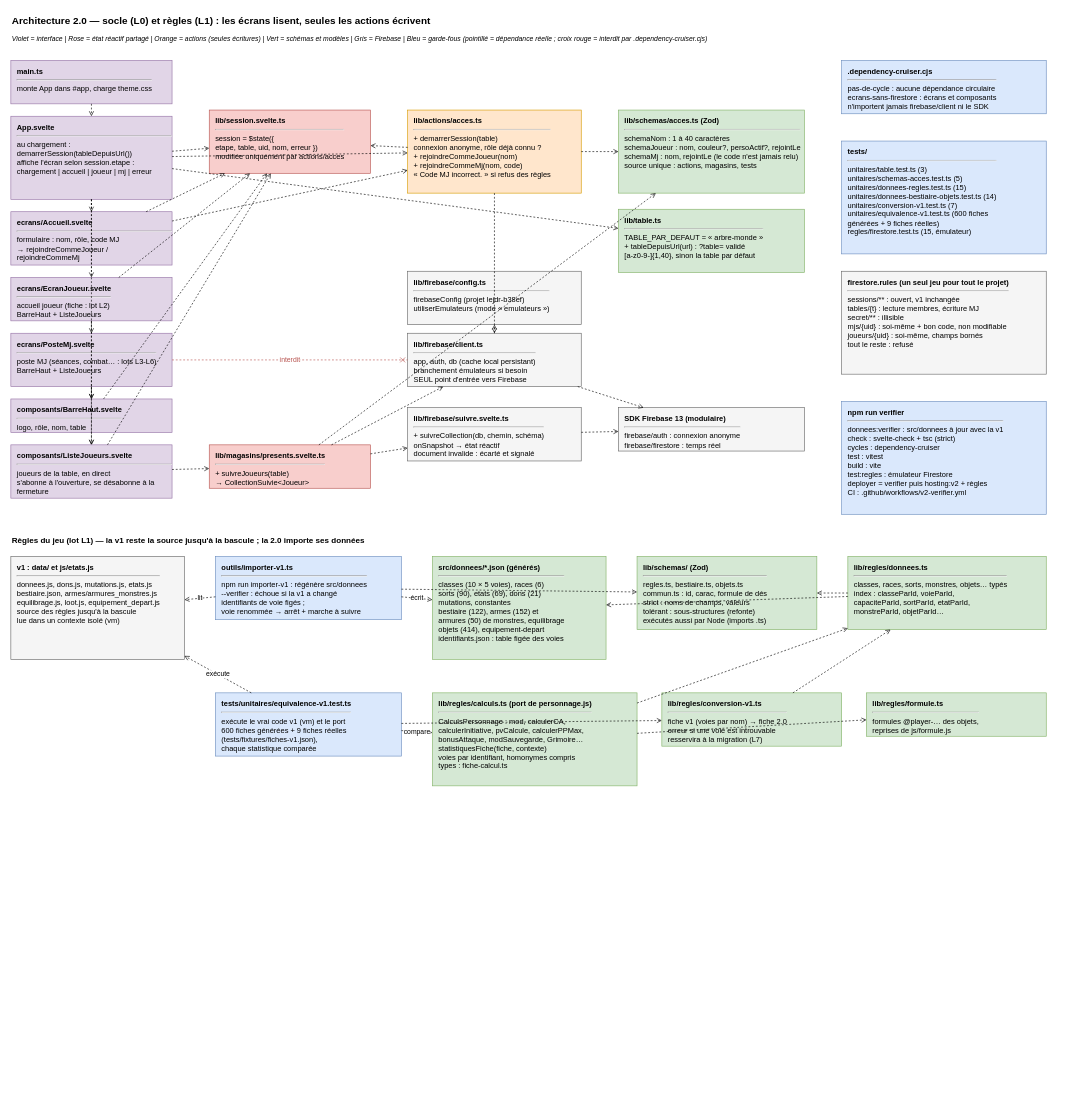
Before: page "Architecture 2.0 - modules du socle" (1 of 2) of docs/architecture-v2.drawio in bazfar/cof-compagno, a draw.io diagram. Source tidied: cells renumbered, new cells numbered last; positions are measured from the earlier drawing's top-left corner, leaving out a move shared by most shapes. Both pictures are drawn from the tidied source at 62%, with x=0, y=0 at pixel (11, 11).
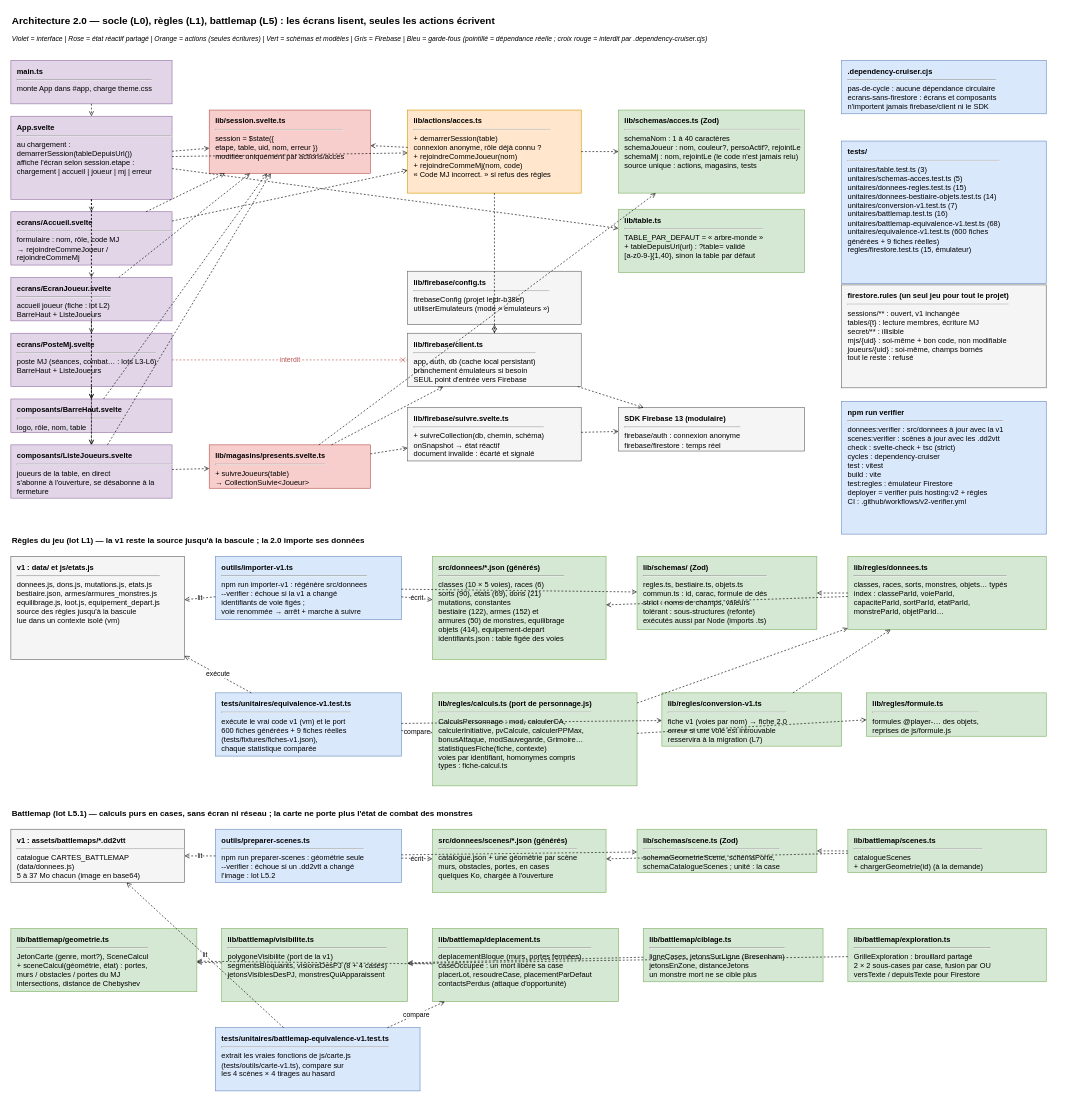
The same page after the edit.

The edit, as a diff of the source:
```diff
@@
-    <mxCell id="2" value="Architecture 2.0 — socle (L0) et règles (L1) : les écrans lisent, seules les actions écrivent" style="text;html=1;align=left;fontSize=16;fontStyle=1;" parent="1" vertex="1">
+    <mxCell id="2" value="Architecture 2.0 — socle (L0), règles (L1), battlemap (L5) : les écrans lisent, seules les actions écrivent" style="text;html=1;align=left;fontSize=16;fontStyle=1;" parent="1" vertex="1">
       <mxGeometry width="1500" height="28" as="geometry" />
     </mxCell>
@@
     <mxCell id="20" value="&lt;b&gt;firestore.rules  (un seul jeu pour tout le projet)&lt;/b&gt;&lt;hr&gt;sessions/** : ouvert, v1 inchangée&lt;br&gt;tables/{t} : lecture membres, écriture MJ&lt;br&gt;secret/** : illisible&lt;br&gt;mjs/{uid} : soi-même + bon code, non modifiable&lt;br&gt;joueurs/{uid} : soi-même, champs bornés&lt;br&gt;tout le reste : refusé" style="rounded=0;whiteSpace=wrap;html=1;align=left;verticalAlign=top;spacingLeft=8;spacingTop=4;fillColor=#f5f5f5;strokeColor=#666666;" parent="1" vertex="1">
-      <mxGeometry x="1340" y="420" width="330" height="166" as="geometry" />
+      <mxGeometry x="1340" y="442" width="330" height="166" as="geometry" />
     </mxCell>
@@
-    <mxCell id="22" value="&lt;b&gt;tests/&lt;/b&gt;&lt;hr&gt;unitaires/table.test.ts (3)&lt;br&gt;unitaires/schemas-acces.test.ts (5)&lt;br&gt;unitaires/donnees-regles.test.ts (15)&lt;br&gt;unitaires/donnees-bestiaire-objets.test.ts (14)&lt;br&gt;unitaires/conversion-v1.test.ts (7)&lt;br&gt;unitaires/equivalence-v1.test.ts (600 fiches&lt;br&gt;  générées + 9 fiches réelles)&lt;br&gt;regles/firestore.test.ts (15, émulateur)" style="rounded=0;whiteSpace=wrap;html=1;align=left;verticalAlign=top;spacingLeft=8;spacingTop=4;fillColor=#dae8fc;strokeColor=#6c8ebf;" parent="1" vertex="1">
-      <mxGeometry x="1340" y="210" width="330" height="182" as="geometry" />
+    <mxCell id="22" value="&lt;b&gt;tests/&lt;/b&gt;&lt;hr&gt;unitaires/table.test.ts (3)&lt;br&gt;unitaires/schemas-acces.test.ts (5)&lt;br&gt;unitaires/donnees-regles.test.ts (15)&lt;br&gt;unitaires/donnees-bestiaire-objets.test.ts (14)&lt;br&gt;unitaires/conversion-v1.test.ts (7)&lt;br&gt;unitaires/battlemap.test.ts (16)&lt;br&gt;unitaires/battlemap-equivalence-v1.test.ts (68)&lt;br&gt;unitaires/equivalence-v1.test.ts (600 fiches&lt;br&gt;  générées + 9 fiches réelles)&lt;br&gt;regles/firestore.test.ts (15, émulateur)" style="rounded=0;whiteSpace=wrap;html=1;align=left;verticalAlign=top;spacingLeft=8;spacingTop=4;fillColor=#dae8fc;strokeColor=#6c8ebf;" parent="1" vertex="1">
+      <mxGeometry x="1340" y="210" width="330" height="230" as="geometry" />
     </mxCell>
-    <mxCell id="23" value="&lt;b&gt;npm run verifier&lt;/b&gt;&lt;hr&gt;donnees:verifier : src/donnees à jour avec la v1&lt;br&gt;check : svelte-check + tsc (strict)&lt;br&gt;cycles : dependency-cruiser&lt;br&gt;test : vitest&lt;br&gt;build : vite&lt;br&gt;test:regles : émulateur Firestore&lt;br&gt;deployer = verifier puis hosting:v2 + règles&lt;br&gt;CI : .github/workflows/v2-verifier.yml" style="rounded=0;whiteSpace=wrap;html=1;align=left;verticalAlign=top;spacingLeft=8;spacingTop=4;fillColor=#dae8fc;strokeColor=#6c8ebf;" parent="1" vertex="1">
-      <mxGeometry x="1340" y="630" width="330" height="182" as="geometry" />
+    <mxCell id="23" value="&lt;b&gt;npm run verifier&lt;/b&gt;&lt;hr&gt;donnees:verifier : src/donnees à jour avec la v1&lt;br&gt;scenes:verifier : scènes à jour avec les .dd2vtt&lt;br&gt;check : svelte-check + tsc (strict)&lt;br&gt;cycles : dependency-cruiser&lt;br&gt;test : vitest&lt;br&gt;build : vite&lt;br&gt;test:regles : émulateur Firestore&lt;br&gt;deployer = verifier puis hosting:v2 + règles&lt;br&gt;CI : .github/workflows/v2-verifier.yml" style="rounded=0;whiteSpace=wrap;html=1;align=left;verticalAlign=top;spacingLeft=8;spacingTop=4;fillColor=#dae8fc;strokeColor=#6c8ebf;" parent="1" vertex="1">
+      <mxGeometry x="1340" y="630" width="330" height="214" as="geometry" />
     </mxCell>
@@
+    <mxCell id="72" value="Battlemap (lot L5.1) — calculs purs en cases, sans écran ni réseau ; la carte ne porte plus l'état de combat des monstres" style="text;html=1;align=left;fontSize=13;fontStyle=1;" parent="1" vertex="1">
+      <mxGeometry y="1280" width="1400" height="24" as="geometry" />
+    </mxCell>
+    <mxCell id="73" value="&lt;b&gt;v1 : assets/battlemaps/*.dd2vtt&lt;/b&gt;&lt;hr&gt;catalogue CARTES_BATTLEMAP (data/donnees.js)&lt;br&gt;5 à 37 Mo chacun (image en base64)" style="rounded=0;whiteSpace=wrap;html=1;align=left;verticalAlign=top;spacingLeft=8;spacingTop=4;fillColor=#f5f5f5;strokeColor=#666666;" parent="1" vertex="1">
+      <mxGeometry y="1320" width="280" height="86" as="geometry" />
+    </mxCell>
+    <mxCell id="74" value="&lt;b&gt;outils/preparer-scenes.ts&lt;/b&gt;&lt;hr&gt;npm run preparer-scenes : géométrie seule&lt;br&gt;--verifier : échoue si un .dd2vtt a changé&lt;br&gt;l'image : lot L5.2" style="rounded=0;whiteSpace=wrap;html=1;align=left;verticalAlign=top;spacingLeft=8;spacingTop=4;fillColor=#dae8fc;strokeColor=#6c8ebf;" parent="1" vertex="1">
+      <mxGeometry x="330" y="1320" width="300" height="86" as="geometry" />
+    </mxCell>
+    <mxCell id="75" value="&lt;b&gt;src/donnees/scenes/*.json  (générés)&lt;/b&gt;&lt;hr&gt;catalogue.json + une géométrie par scène&lt;br&gt;murs, obstacles, portes, en cases&lt;br&gt;quelques Ko, chargée à l'ouverture" style="rounded=0;whiteSpace=wrap;html=1;align=left;verticalAlign=top;spacingLeft=8;spacingTop=4;fillColor=#d5e8d4;strokeColor=#82b366;" parent="1" vertex="1">
+      <mxGeometry x="680" y="1320" width="280" height="102" as="geometry" />
+    </mxCell>
+    <mxCell id="76" value="&lt;b&gt;lib/schemas/scene.ts  (Zod)&lt;/b&gt;&lt;hr&gt;schemaGeometrieScene, schemaPorte,&lt;br&gt;schemaCatalogueScenes ; unité : la case" style="rounded=0;whiteSpace=wrap;html=1;align=left;verticalAlign=top;spacingLeft=8;spacingTop=4;fillColor=#d5e8d4;strokeColor=#82b366;" parent="1" vertex="1">
+      <mxGeometry x="1010" y="1320" width="290" height="70" as="geometry" />
+    </mxCell>
+    <mxCell id="77" value="&lt;b&gt;lib/battlemap/scenes.ts&lt;/b&gt;&lt;hr&gt;catalogueScenes&lt;br&gt;+ chargerGeometrie(id) (à la demande)" style="rounded=0;whiteSpace=wrap;html=1;align=left;verticalAlign=top;spacingLeft=8;spacingTop=4;fillColor=#d5e8d4;strokeColor=#82b366;" parent="1" vertex="1">
+      <mxGeometry x="1350" y="1320" width="320" height="70" as="geometry" />
+    </mxCell>
+    <mxCell id="78" value="&lt;b&gt;lib/battlemap/geometrie.ts&lt;/b&gt;&lt;hr&gt;JetonCarte (genre, mort?), SceneCalcul&lt;br&gt;+ sceneCalcul(géométrie, état) : portes,&lt;br&gt;  murs / obstacles / portes du MJ&lt;br&gt;intersections, distance de Chebyshev" style="rounded=0;whiteSpace=wrap;html=1;align=left;verticalAlign=top;spacingLeft=8;spacingTop=4;fillColor=#d5e8d4;strokeColor=#82b366;" parent="1" vertex="1">
+      <mxGeometry y="1480" width="300" height="102" as="geometry" />
+    </mxCell>
+    <mxCell id="79" value="&lt;b&gt;lib/battlemap/visibilite.ts&lt;/b&gt;&lt;hr&gt;polygoneVisibilite (port de la v1)&lt;br&gt;segmentsBloquants, visionsDesPJ (8 + 4 cases)&lt;br&gt;jetonsVisiblesDesPJ, monstresQuiApparaissent" style="rounded=0;whiteSpace=wrap;html=1;align=left;verticalAlign=top;spacingLeft=8;spacingTop=4;fillColor=#d5e8d4;strokeColor=#82b366;" parent="1" vertex="1">
+      <mxGeometry x="340" y="1480" width="300" height="118" as="geometry" />
+    </mxCell>
+    <mxCell id="80" value="&lt;b&gt;lib/battlemap/deplacement.ts&lt;/b&gt;&lt;hr&gt;deplacementBloque (murs, portes fermées)&lt;br&gt;caseOccupee : un mort libère sa case&lt;br&gt;placerLot, resoudreCase, placementParDefaut&lt;br&gt;contactsPerdus (attaque d'opportunité)" style="rounded=0;whiteSpace=wrap;html=1;align=left;verticalAlign=top;spacingLeft=8;spacingTop=4;fillColor=#d5e8d4;strokeColor=#82b366;" parent="1" vertex="1">
+      <mxGeometry x="680" y="1480" width="300" height="118" as="geometry" />
+    </mxCell>
+    <mxCell id="81" value="&lt;b&gt;lib/battlemap/ciblage.ts&lt;/b&gt;&lt;hr&gt;ligneCases, jetonsSurLigne (Bresenham)&lt;br&gt;jetonsEnZone, distanceJetons&lt;br&gt;un monstre mort ne se cible plus" style="rounded=0;whiteSpace=wrap;html=1;align=left;verticalAlign=top;spacingLeft=8;spacingTop=4;fillColor=#d5e8d4;strokeColor=#82b366;" parent="1" vertex="1">
+      <mxGeometry x="1020" y="1480" width="290" height="86" as="geometry" />
+    </mxCell>
+    <mxCell id="82" value="&lt;b&gt;lib/battlemap/exploration.ts&lt;/b&gt;&lt;hr&gt;GrilleExploration : brouillard partagé&lt;br&gt;2 × 2 sous-cases par case, fusion par OU&lt;br&gt;versTexte / depuisTexte pour Firestore" style="rounded=0;whiteSpace=wrap;html=1;align=left;verticalAlign=top;spacingLeft=8;spacingTop=4;fillColor=#d5e8d4;strokeColor=#82b366;" parent="1" vertex="1">
+      <mxGeometry x="1350" y="1480" width="320" height="86" as="geometry" />
+    </mxCell>
+    <mxCell id="83" value="&lt;b&gt;tests/unitaires/battlemap-equivalence-v1.test.ts&lt;/b&gt;&lt;hr&gt;extrait les vraies fonctions de js/carte.js&lt;br&gt;(tests/outils/carte-v1.ts), compare sur&lt;br&gt;les 4 scènes × 4 tirages au hasard" style="rounded=0;whiteSpace=wrap;html=1;align=left;verticalAlign=top;spacingLeft=8;spacingTop=4;fillColor=#dae8fc;strokeColor=#6c8ebf;" parent="1" vertex="1">
+      <mxGeometry x="330" y="1640" width="330" height="102" as="geometry" />
+    </mxCell>
+    <mxCell id="84" value="lit" style="endArrow=open;dashed=1;html=1;" parent="1" edge="1" source="74" target="73">
+      <mxGeometry relative="1" as="geometry" />
+    </mxCell>
+    <mxCell id="85" value="écrit" style="endArrow=open;dashed=1;html=1;" parent="1" edge="1" source="74" target="75">
+      <mxGeometry relative="1" as="geometry" />
+    </mxCell>
+    <mxCell id="86" style="endArrow=open;dashed=1;html=1;" parent="1" edge="1" source="74" target="76">
+      <mxGeometry relative="1" as="geometry" />
+    </mxCell>
+    <mxCell id="87" style="endArrow=open;dashed=1;html=1;" parent="1" edge="1" source="77" target="75">
+      <mxGeometry relative="1" as="geometry" />
+    </mxCell>
+    <mxCell id="88" style="endArrow=open;dashed=1;html=1;" parent="1" edge="1" source="77" target="76">
+      <mxGeometry relative="1" as="geometry" />
+    </mxCell>
+    <mxCell id="89" style="endArrow=open;dashed=1;html=1;" parent="1" edge="1" source="79" target="78">
+      <mxGeometry relative="1" as="geometry" />
+    </mxCell>
+    <mxCell id="90" style="endArrow=open;dashed=1;html=1;" parent="1" edge="1" source="80" target="78">
+      <mxGeometry relative="1" as="geometry" />
+    </mxCell>
+    <mxCell id="91" style="endArrow=open;dashed=1;html=1;" parent="1" edge="1" source="81" target="79">
+      <mxGeometry relative="1" as="geometry" />
+    </mxCell>
+    <mxCell id="92" style="endArrow=open;dashed=1;html=1;" parent="1" edge="1" source="82" target="79">
+      <mxGeometry relative="1" as="geometry" />
+    </mxCell>
+    <mxCell id="93" value="compare" style="endArrow=open;dashed=1;html=1;" parent="1" edge="1" source="83" target="80">
+      <mxGeometry relative="1" as="geometry" />
+    </mxCell>
+    <mxCell id="94" value="lit" style="endArrow=open;dashed=1;html=1;" parent="1" edge="1" source="83" target="73">
+      <mxGeometry relative="1" as="geometry" />
+    </mxCell>
```
